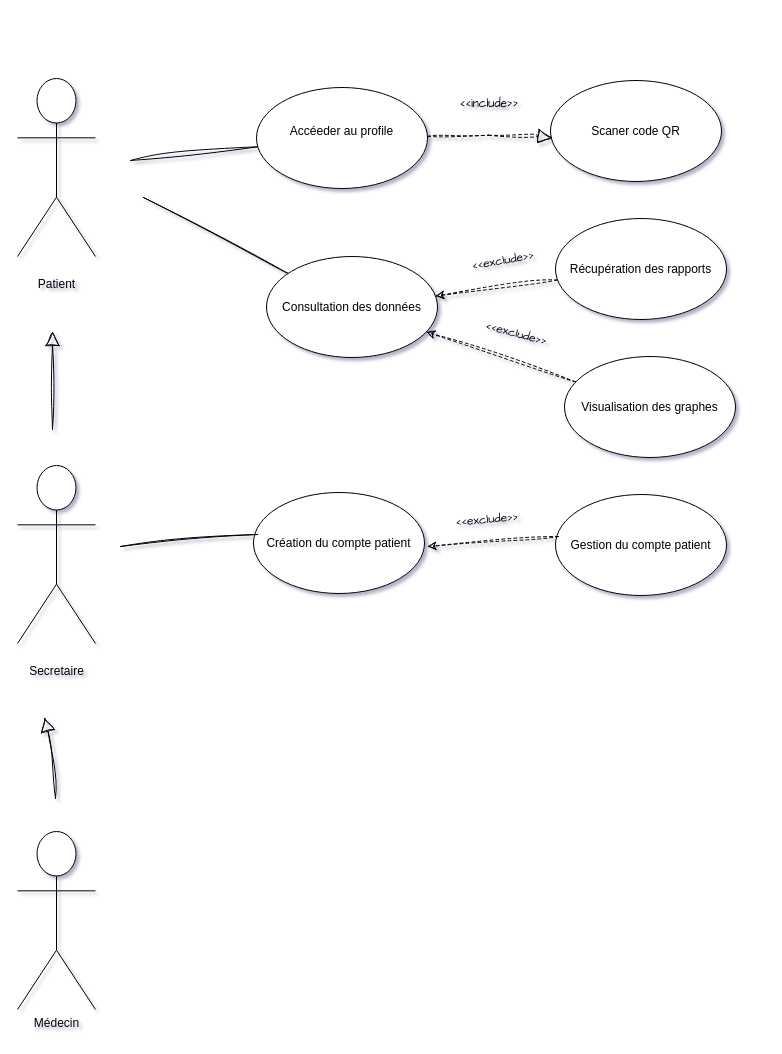
The draw.io diagram page "Page-1" (1 of 4) of Untitled Diagram.drawio in Marwajd/DIAGRAMS, before the edit. Source tidied: cells renumbered, new cells numbered last; positions are measured from the earlier drawing's top-left corner, leaving out a move shared by most shapes. Both pictures are drawn from the tidied source at 100%, with x=0, y=0 at pixel (17, 78).
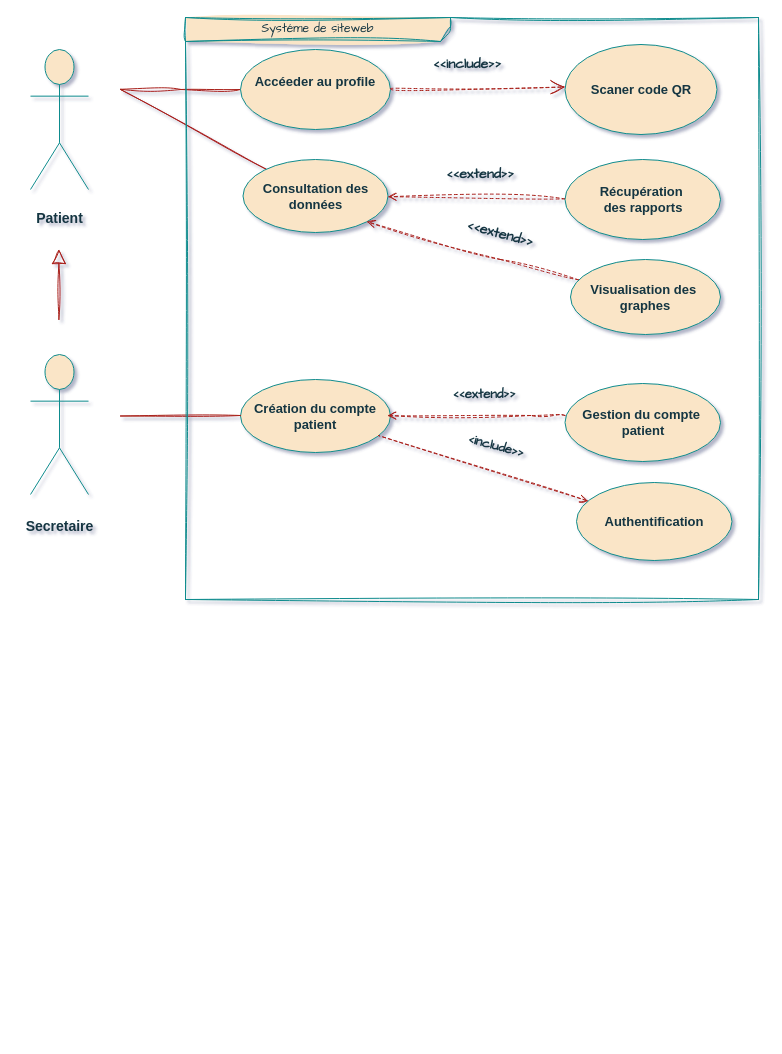
The same diagram, later.

What changed in the source:
```diff
@@
-    <mxCell id="2" style="rounded=0;sketch=1;hachureGap=4;jiggle=2;curveFitting=1;jettySize=auto;html=1;fontFamily=Architects Daughter;endArrow=none;endFill=0;" parent="1" edge="1" target="4">
-      <mxGeometry relative="1" as="geometry">
-        <mxPoint x="113" y="82" as="sourcePoint" />
-      </mxGeometry>
-    </mxCell>
-    <mxCell id="3" value="&lt;div&gt;&lt;br&gt;&lt;/div&gt;&lt;div&gt;Patient&lt;/div&gt;" style="shape=umlActor;verticalLabelPosition=bottom;verticalAlign=top;html=1;" parent="1" vertex="1">
-      <mxGeometry width="78" height="178" as="geometry" />
+    <mxCell id="3" value="&lt;div&gt;&lt;br&gt;&lt;/div&gt;&lt;div&gt;&lt;b&gt;&lt;font style=&quot;font-size: 14px;&quot;&gt;Patient&lt;/font&gt;&lt;/b&gt;&lt;/div&gt;" style="shape=umlActor;verticalLabelPosition=bottom;verticalAlign=top;html=1;fillStyle=solid;labelBackgroundColor=none;fillColor=#FAE5C7;strokeColor=#0F8B8D;fontColor=#143642;" parent="1" vertex="1">
+      <mxGeometry x="13" y="-29" width="58" height="140" as="geometry" />
     </mxCell>
+    <mxCell id="25" style="edgeStyle=orthogonalEdgeStyle;rounded=0;sketch=1;hachureGap=4;jiggle=2;curveFitting=1;jettySize=auto;html=1;exitX=0;exitY=0.5;exitDx=0;exitDy=0;fontFamily=Architects Daughter;endArrow=none;endFill=0;labelBackgroundColor=none;strokeColor=#A8201A;fontColor=default;" parent="1" edge="1" source="4">
+      <mxGeometry relative="1" as="geometry">
+        <mxPoint x="103" y="10.8" as="targetPoint" />
+      </mxGeometry>
+    </mxCell>
-    <mxCell id="4" value="Accéeder au profile&lt;div&gt;&lt;br&gt;&lt;/div&gt;" style="ellipse;whiteSpace=wrap;html=1;" parent="1" vertex="1">
-      <mxGeometry x="239" y="9" width="171" height="101" as="geometry" />
+    <mxCell id="4" value="&lt;font style=&quot;font-size: 13px;&quot;&gt;&lt;b&gt;Accéeder au profile&lt;/b&gt;&lt;/font&gt;&lt;div style=&quot;font-size: 13px;&quot;&gt;&lt;br&gt;&lt;/div&gt;" style="ellipse;whiteSpace=wrap;html=1;fillStyle=solid;labelBackgroundColor=none;fillColor=#FAE5C7;strokeColor=#0F8B8D;fontColor=#143642;" parent="1" vertex="1">
+      <mxGeometry x="223" y="-29" width="150" height="80" as="geometry" />
     </mxCell>
-    <mxCell id="5" value="&lt;div&gt;Scaner code QR&lt;/div&gt;" style="ellipse;whiteSpace=wrap;html=1;" parent="1" vertex="1">
-      <mxGeometry x="533" y="2" width="171" height="101" as="geometry" />
+    <mxCell id="5" value="&lt;div&gt;&lt;font style=&quot;font-size: 13px;&quot;&gt;&lt;b&gt;Scaner code QR&lt;/b&gt;&lt;/font&gt;&lt;/div&gt;" style="ellipse;whiteSpace=wrap;html=1;fillStyle=solid;labelBackgroundColor=none;fillColor=#FAE5C7;strokeColor=#0F8B8D;fontColor=#143642;" parent="1" vertex="1">
+      <mxGeometry x="547.5" y="-34" width="152" height="90" as="geometry" />
     </mxCell>
-    <mxCell id="6" style="endArrow=block;dashed=1;endFill=0;endSize=12;html=1;rounded=0;sketch=1;hachureGap=4;jiggle=2;curveFitting=1;fontFamily=Architects Daughter;curved=1;" parent="1" edge="1" source="4">
-      <mxGeometry relative="1" as="geometry">
-        <mxPoint x="535" y="59" as="targetPoint" />
-        <Array as="points">
-          <mxPoint x="430" y="57" />
-          <mxPoint x="512" y="56.5" />
-        </Array>
-      </mxGeometry>
-    </mxCell>
-    <mxCell id="7" value="&amp;lt;&amp;lt;include&amp;gt;&amp;gt;" style="text;html=1;align=center;verticalAlign=middle;whiteSpace=wrap;rounded=0;fontFamily=Architects Daughter;" parent="1" vertex="1">
-      <mxGeometry x="442" y="11" width="60" height="30" as="geometry" />
+    <mxCell id="7" value="&lt;b&gt;&lt;font style=&quot;font-size: 14px;&quot;&gt;&amp;lt;&amp;lt;include&amp;gt;&amp;gt;&lt;/font&gt;&lt;/b&gt;" style="text;html=1;align=center;verticalAlign=middle;whiteSpace=wrap;rounded=0;fontFamily=Architects Daughter;labelBackgroundColor=none;fontColor=#143642;" parent="1" vertex="1">
+      <mxGeometry x="403" y="-29" width="94" height="30" as="geometry" />
     </mxCell>
-    <mxCell id="8" style="rounded=0;sketch=1;hachureGap=4;jiggle=2;curveFitting=1;jettySize=auto;html=1;fontFamily=Architects Daughter;endArrow=none;endFill=0;startArrow=none;startFill=0;curved=1;" parent="1" edge="1" source="9">
-      <mxGeometry relative="1" as="geometry">
-        <mxPoint x="126" y="119" as="targetPoint" />
-      </mxGeometry>
-    </mxCell>
+    <mxCell id="26" style="rounded=0;sketch=1;hachureGap=4;jiggle=2;curveFitting=1;jettySize=auto;html=1;fontFamily=Architects Daughter;endArrow=none;endFill=0;labelBackgroundColor=none;strokeColor=#A8201A;fontColor=default;" parent="1" edge="1" source="9">
+      <mxGeometry relative="1" as="geometry">
+        <mxPoint x="103" y="11" as="targetPoint" />
+      </mxGeometry>
+    </mxCell>
-    <mxCell id="9" value="Consultation des données" style="ellipse;whiteSpace=wrap;html=1;" parent="1" vertex="1">
-      <mxGeometry x="249" y="178" width="171" height="101" as="geometry" />
+    <mxCell id="9" value="&lt;font style=&quot;font-size: 13px;&quot;&gt;&lt;b&gt;Consultation des données&lt;/b&gt;&lt;/font&gt;" style="ellipse;whiteSpace=wrap;html=1;fillStyle=solid;labelBackgroundColor=none;fillColor=#FAE5C7;strokeColor=#0F8B8D;fontColor=#143642;" parent="1" vertex="1">
+      <mxGeometry x="225.5" y="81" width="145" height="73" as="geometry" />
     </mxCell>
-    <mxCell id="10" style="rounded=0;sketch=1;hachureGap=4;jiggle=2;curveFitting=1;jettySize=auto;html=1;fontFamily=Architects Daughter;dashed=1;" parent="1" edge="1" source="11" target="9">
+    <mxCell id="10" style="rounded=0;sketch=1;hachureGap=4;jiggle=2;curveFitting=1;jettySize=auto;html=1;fontFamily=Architects Daughter;dashed=1;endArrow=open;endFill=0;labelBackgroundColor=none;strokeColor=#A8201A;fontColor=default;" parent="1" edge="1" source="11" target="9">
       <mxGeometry relative="1" as="geometry" />
     </mxCell>
-    <mxCell id="11" value="Récupération des rapports" style="ellipse;whiteSpace=wrap;html=1;" parent="1" vertex="1">
-      <mxGeometry x="538" y="140" width="171" height="101" as="geometry" />
+    <mxCell id="11" value="&lt;font style=&quot;font-size: 13px;&quot;&gt;&lt;b&gt;Récupération&amp;nbsp;&lt;/b&gt;&lt;/font&gt;&lt;div&gt;&lt;font style=&quot;font-size: 13px;&quot;&gt;&lt;b&gt;des rapports&lt;/b&gt;&lt;/font&gt;&lt;/div&gt;" style="ellipse;whiteSpace=wrap;html=1;fillStyle=solid;labelBackgroundColor=none;fillColor=#FAE5C7;strokeColor=#0F8B8D;fontColor=#143642;" parent="1" vertex="1">
+      <mxGeometry x="547.5" y="81" width="155.5" height="80" as="geometry" />
     </mxCell>
-    <mxCell id="12" style="rounded=0;sketch=1;hachureGap=4;jiggle=2;curveFitting=1;jettySize=auto;html=1;fontFamily=Architects Daughter;endArrow=classic;endFill=1;startArrow=none;startFill=0;dashed=1;curved=0;" parent="1" edge="1" source="13" target="9">
-      <mxGeometry relative="1" as="geometry" />
+    <mxCell id="12" style="rounded=0;sketch=1;hachureGap=4;jiggle=2;curveFitting=1;jettySize=auto;html=1;entryX=1;entryY=1;entryDx=0;entryDy=0;fontFamily=Architects Daughter;dashed=1;endArrow=open;endFill=0;labelBackgroundColor=none;strokeColor=#A8201A;fontColor=default;" parent="1" edge="1" source="13" target="9">
+      <mxGeometry relative="1" as="geometry">
+        <Array as="points">
+          <mxPoint x="483" y="181" />
+        </Array>
+      </mxGeometry>
     </mxCell>
-    <mxCell id="13" value="Visualisation des graphes" style="ellipse;whiteSpace=wrap;html=1;" parent="1" vertex="1">
-      <mxGeometry x="547" y="278" width="171" height="101" as="geometry" />
+    <mxCell id="13" value="&lt;font style=&quot;font-size: 13px;&quot;&gt;&lt;b&gt;Visualisation des&amp;nbsp;&lt;/b&gt;&lt;/font&gt;&lt;div&gt;&lt;font style=&quot;font-size: 13px;&quot;&gt;&lt;b&gt;graphes&lt;/b&gt;&lt;/font&gt;&lt;/div&gt;" style="ellipse;whiteSpace=wrap;html=1;align=center;labelBackgroundColor=none;fillColor=#FAE5C7;strokeColor=#0F8B8D;fontColor=#143642;" parent="1" vertex="1">
+      <mxGeometry x="553" y="181" width="150" height="75" as="geometry" />
     </mxCell>
-    <mxCell id="14" value="&amp;lt;&amp;lt;exclude&amp;gt;&amp;gt;" style="text;html=1;align=center;verticalAlign=middle;whiteSpace=wrap;rounded=0;fontFamily=Architects Daughter;rotation=-10;" parent="1" vertex="1">
-      <mxGeometry x="456" y="168" width="60" height="30" as="geometry" />
+    <mxCell id="14" value="&lt;font style=&quot;font-size: 14px;&quot;&gt;&lt;b&gt;&amp;lt;&amp;lt;extend&amp;gt;&amp;gt;&lt;/b&gt;&lt;/font&gt;" style="text;html=1;align=center;verticalAlign=middle;whiteSpace=wrap;rounded=0;fontFamily=Architects Daughter;rotation=0;labelBackgroundColor=none;fontColor=#143642;" parent="1" vertex="1">
+      <mxGeometry x="433" y="81" width="60" height="30" as="geometry" />
     </mxCell>
-    <mxCell id="15" value="&amp;lt;&amp;lt;exclude&amp;gt;&amp;gt;" style="text;html=1;align=center;verticalAlign=middle;whiteSpace=wrap;rounded=0;fontFamily=Architects Daughter;rotation=15;" parent="1" vertex="1">
-      <mxGeometry x="469" y="241" width="60" height="30" as="geometry" />
+    <mxCell id="15" value="&lt;font style=&quot;font-size: 14px;&quot;&gt;&lt;b&gt;&amp;lt;&amp;lt;extend&amp;gt;&amp;gt;&lt;/b&gt;&lt;/font&gt;" style="text;html=1;align=center;verticalAlign=middle;whiteSpace=wrap;rounded=0;fontFamily=Architects Daughter;rotation=15;labelBackgroundColor=none;fontColor=#143642;" parent="1" vertex="1">
+      <mxGeometry x="453" y="141" width="60" height="30" as="geometry" />
     </mxCell>
-    <mxCell id="16" value="&lt;div&gt;&lt;br&gt;&lt;/div&gt;Secretaire" style="shape=umlActor;verticalLabelPosition=bottom;verticalAlign=top;html=1;" parent="1" vertex="1">
-      <mxGeometry y="387" width="78" height="178" as="geometry" />
-    </mxCell>
-    <mxCell id="17" value="&lt;div&gt;Création du compte patient&lt;/div&gt;" style="ellipse;whiteSpace=wrap;html=1;" parent="1" vertex="1">
-      <mxGeometry x="236" y="414" width="171" height="101" as="geometry" />
+    <mxCell id="17" value="&lt;div&gt;&lt;b&gt;&lt;font style=&quot;font-size: 13px;&quot;&gt;Création du compte patient&lt;/font&gt;&lt;/b&gt;&lt;/div&gt;" style="ellipse;whiteSpace=wrap;html=1;fillStyle=solid;labelBackgroundColor=none;fillColor=#FAE5C7;strokeColor=#0F8B8D;fontColor=#143642;" parent="1" vertex="1">
+      <mxGeometry x="223" y="301" width="150" height="73" as="geometry" />
     </mxCell>
-    <mxCell id="18" style="endArrow=block;endFill=0;endSize=12;html=1;rounded=0;sketch=1;hachureGap=4;jiggle=2;curveFitting=1;fontFamily=Architects Daughter;" parent="1" edge="1">
+    <mxCell id="18" style="endArrow=block;endFill=0;endSize=12;html=1;rounded=0;sketch=1;hachureGap=4;jiggle=2;curveFitting=1;fontFamily=Architects Daughter;labelBackgroundColor=none;strokeColor=#A8201A;fontColor=default;" parent="1" edge="1">
       <mxGeometry relative="1" as="geometry">
-        <mxPoint x="35" y="351" as="sourcePoint" />
-        <mxPoint x="35" y="253" as="targetPoint" />
+        <mxPoint x="41.4" y="241" as="sourcePoint" />
+        <mxPoint x="41.4" y="171" as="targetPoint" />
       </mxGeometry>
     </mxCell>
-    <mxCell id="19" style="endArrow=block;endFill=0;endSize=12;html=1;rounded=0;sketch=1;hachureGap=4;jiggle=2;curveFitting=1;fontFamily=Architects Daughter;curved=1;" parent="1" edge="1">
-      <mxGeometry relative="1" as="geometry">
-        <mxPoint x="38" y="720" as="sourcePoint" />
-        <mxPoint x="27" y="639" as="targetPoint" />
-        <Array as="points">
-          <mxPoint x="38" y="683" />
-        </Array>
-      </mxGeometry>
-    </mxCell>
-    <mxCell id="20" value="&lt;div&gt;Gestion du compte patient&lt;/div&gt;" style="ellipse;whiteSpace=wrap;html=1;" parent="1" vertex="1">
-      <mxGeometry x="538" y="416" width="171" height="101" as="geometry" />
+    <mxCell id="20" value="&lt;div&gt;&lt;b&gt;&lt;font style=&quot;font-size: 13px;&quot;&gt;Gestion du compte&amp;nbsp;&lt;/font&gt;&lt;/b&gt;&lt;/div&gt;&lt;div&gt;&lt;b&gt;&lt;font style=&quot;font-size: 13px;&quot;&gt;patient&lt;/font&gt;&lt;/b&gt;&lt;/div&gt;" style="ellipse;whiteSpace=wrap;html=1;fillStyle=solid;labelBackgroundColor=none;fillColor=#FAE5C7;strokeColor=#0F8B8D;fontColor=#143642;" parent="1" vertex="1">
+      <mxGeometry x="547.5" y="305" width="155.5" height="78" as="geometry" />
     </mxCell>
-    <mxCell id="21" style="rounded=0;sketch=1;hachureGap=4;jiggle=2;curveFitting=1;jettySize=auto;html=1;fontFamily=Architects Daughter;dashed=1;exitX=0.018;exitY=0.416;exitDx=0;exitDy=0;exitPerimeter=0;" parent="1" edge="1" source="20">
-      <mxGeometry relative="1" as="geometry">
-        <mxPoint x="410" y="468" as="targetPoint" />
-      </mxGeometry>
-    </mxCell>
-    <mxCell id="22" value="&amp;lt;&amp;lt;exclude&amp;gt;&amp;gt;" style="text;html=1;align=center;verticalAlign=middle;whiteSpace=wrap;rounded=0;fontFamily=Architects Daughter;rotation=-5;" parent="1" vertex="1">
-      <mxGeometry x="440" y="427" width="60" height="30" as="geometry" />
+    <mxCell id="22" value="&lt;font style=&quot;font-size: 13px;&quot;&gt;&lt;b&gt;&amp;lt;&amp;lt;extend&amp;gt;&amp;gt;&lt;/b&gt;&lt;/font&gt;" style="text;html=1;align=center;verticalAlign=middle;whiteSpace=wrap;rounded=0;fontFamily=Architects Daughter;rotation=0;labelBackgroundColor=none;fontColor=#143642;" parent="1" vertex="1">
+      <mxGeometry x="437" y="301" width="60" height="30" as="geometry" />
     </mxCell>
-    <mxCell id="23" style="rounded=0;sketch=1;hachureGap=4;jiggle=2;curveFitting=1;orthogonalLoop=1;jettySize=auto;html=1;fontFamily=Architects Daughter;endArrow=none;endFill=0;" parent="1" edge="1">
-      <mxGeometry relative="1" as="geometry">
-        <mxPoint x="103" y="468" as="sourcePoint" />
-        <mxPoint x="240" y="456" as="targetPoint" />
-      </mxGeometry>
-    </mxCell>
-    <mxCell id="24" value="Médecin&lt;div&gt;&lt;/div&gt;" style="shape=umlActor;verticalLabelPosition=bottom;verticalAlign=top;html=1;" parent="1" vertex="1">
-      <mxGeometry y="753" width="78" height="178" as="geometry" />
-    </mxCell>
+    <mxCell id="27" style="endArrow=open;dashed=1;endFill=0;endSize=12;html=1;rounded=0;sketch=1;hachureGap=4;jiggle=2;curveFitting=1;fontFamily=Architects Daughter;curved=1;labelBackgroundColor=none;strokeColor=#A8201A;fontColor=default;" parent="1" edge="1" source="4">
+      <mxGeometry relative="1" as="geometry">
+        <mxPoint x="547.5" y="8.5" as="targetPoint" />
+      </mxGeometry>
+    </mxCell>
+    <mxCell id="16" value="&lt;div&gt;&lt;b&gt;&lt;font style=&quot;font-size: 14px;&quot;&gt;&lt;br&gt;&lt;/font&gt;&lt;/b&gt;&lt;/div&gt;&lt;b&gt;&lt;font style=&quot;font-size: 14px;&quot;&gt;&lt;div&gt;&lt;b style=&quot;background-color: initial; font-size: 12px;&quot;&gt;&lt;font style=&quot;font-size: 14px;&quot;&gt;Secretaire&lt;/font&gt;&lt;/b&gt;&lt;br&gt;&lt;/div&gt;&lt;/font&gt;&lt;/b&gt;" style="shape=umlActor;verticalLabelPosition=bottom;verticalAlign=top;html=1;fillStyle=solid;labelBackgroundColor=none;fillColor=#FAE5C7;strokeColor=#0F8B8D;fontColor=#143642;" parent="1" vertex="1">
+      <mxGeometry x="13" y="276" width="58" height="140" as="geometry" />
+    </mxCell>
+    <mxCell id="28" style="rounded=0;sketch=1;hachureGap=4;jiggle=2;curveFitting=1;orthogonalLoop=1;jettySize=auto;html=1;entryX=0.981;entryY=0.618;entryDx=0;entryDy=0;entryPerimeter=0;fontFamily=Architects Daughter;dashed=1;endArrow=open;endFill=0;labelBackgroundColor=none;strokeColor=#A8201A;fontColor=default;" parent="1" edge="1">
+      <mxGeometry relative="1" as="geometry">
+        <mxPoint x="547.5" y="337" as="sourcePoint" />
+        <mxPoint x="370.2" y="337.1" as="targetPoint" />
+        <Array as="points">
+          <mxPoint x="513" y="337" />
+        </Array>
+      </mxGeometry>
+    </mxCell>
+    <mxCell id="29" style="rounded=0;sketch=1;hachureGap=4;jiggle=2;curveFitting=1;orthogonalLoop=1;jettySize=auto;html=1;fontFamily=Architects Daughter;endArrow=none;endFill=0;labelBackgroundColor=none;strokeColor=#A8201A;fontColor=default;" parent="1" edge="1">
+      <mxGeometry relative="1" as="geometry">
+        <mxPoint x="223" y="337" as="sourcePoint" />
+        <mxPoint x="103" y="337.5" as="targetPoint" />
+      </mxGeometry>
+    </mxCell>
+    <mxCell id="30" value="&lt;span style=&quot;font-size: 13px;&quot;&gt;&lt;b&gt;Authentification&lt;/b&gt;&lt;/span&gt;" style="ellipse;whiteSpace=wrap;html=1;fillStyle=solid;labelBackgroundColor=none;fillColor=#FAE5C7;strokeColor=#0F8B8D;fontColor=#143642;" parent="1" vertex="1">
+      <mxGeometry x="559" y="404" width="155.5" height="78" as="geometry" />
+    </mxCell>
+    <mxCell id="31" style="rounded=0;sketch=1;hachureGap=4;jiggle=2;curveFitting=1;jettySize=auto;html=1;fontFamily=Architects Daughter;endArrow=none;endFill=0;startArrow=open;startFill=0;dashed=1;labelBackgroundColor=none;strokeColor=#A8201A;fontColor=default;" parent="1" edge="1" source="30" target="17">
+      <mxGeometry relative="1" as="geometry" />
+    </mxCell>
+    <mxCell id="32" value="&lt;font style=&quot;font-size: 13px;&quot;&gt;&lt;b&gt;&amp;lt;include&amp;gt;&amp;gt;&lt;/b&gt;&lt;/font&gt;" style="text;html=1;align=center;verticalAlign=middle;whiteSpace=wrap;rounded=0;fontFamily=Architects Daughter;rotation=15;labelBackgroundColor=none;fontColor=#143642;" parent="1" vertex="1">
+      <mxGeometry x="449" y="353" width="60" height="30" as="geometry" />
+    </mxCell>
+    <mxCell id="33" value="Systéme de siteweb" style="shape=umlFrame;whiteSpace=wrap;html=1;sketch=1;hachureGap=4;jiggle=2;curveFitting=1;fontFamily=Architects Daughter;width=265;height=24;fillStyle=solid;labelBackgroundColor=none;fillColor=#FAE5C7;strokeColor=#0F8B8D;fontColor=#143642;" parent="1" vertex="1">
+      <mxGeometry x="168" y="-61" width="573" height="582" as="geometry" />
+    </mxCell>
```
